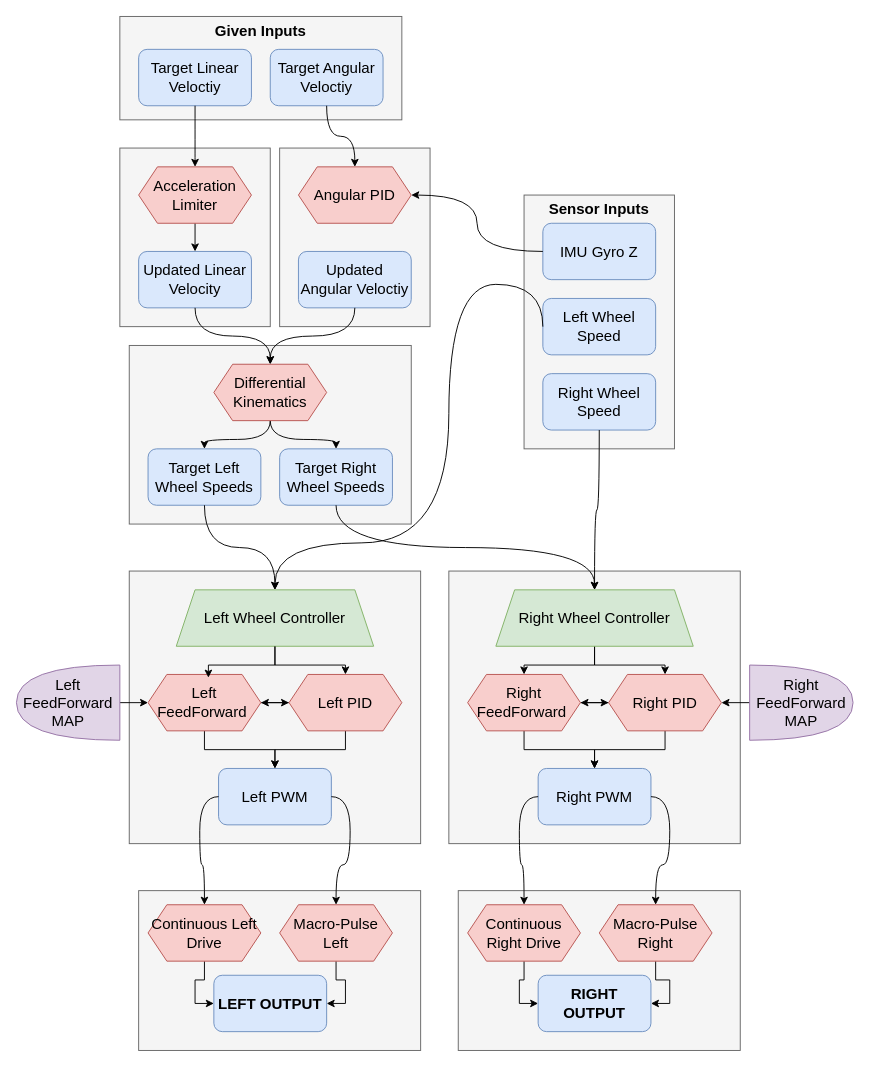
Above: MotorControl.drawio in Gab1575/MREN203_Group9 (draw.io), before the change. Source tidied: cells renumbered, new cells numbered last; positions are measured from the earlier drawing's top-left corner, leaving out a move shared by most shapes. Both pictures are drawn from the tidied source at 94%, with x=0, y=0 at pixel (16, 16).
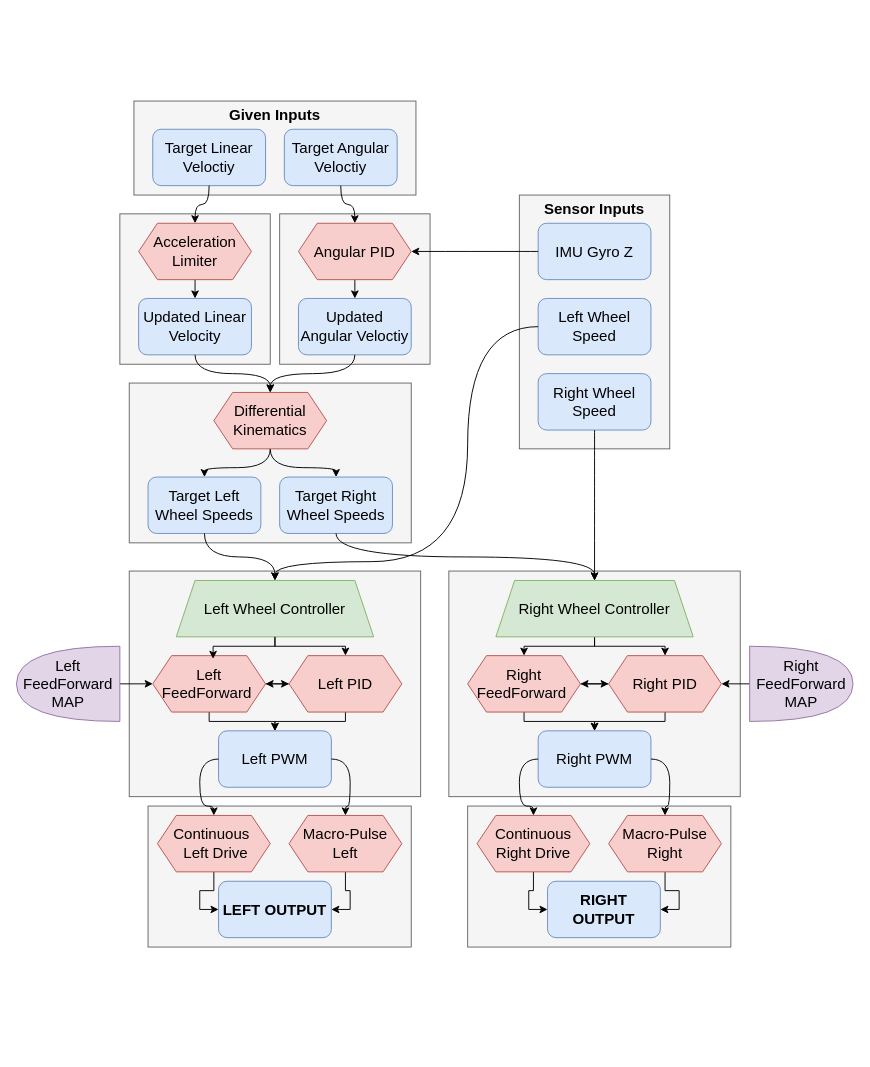
The same page after the edit.

What changed in the source:
```diff
@@
     <mxCell id="2" style="rounded=0;whiteSpace=wrap;html=1;fillColor=#f5f5f5;fontColor=#333333;strokeColor=#666666;fontSize=16;" parent="1" vertex="1">
-      <mxGeometry x="540" y="190" width="160" height="270" as="geometry" />
+      <mxGeometry x="535" y="190" width="160" height="270" as="geometry" />
     </mxCell>
     <mxCell id="3" value="&lt;b&gt;Sensor Inputs&lt;/b&gt;" style="text;html=1;whiteSpace=wrap;strokeColor=none;fillColor=none;align=center;verticalAlign=middle;rounded=0;fontSize=16;" parent="1" vertex="1">
-      <mxGeometry x="555" y="190" width="130" height="30" as="geometry" />
+      <mxGeometry x="550" y="190" width="130" height="30" as="geometry" />
     </mxCell>
     <mxCell id="4" value="Left Wheel Speed" style="rounded=1;whiteSpace=wrap;html=1;fillColor=#dae8fc;strokeColor=#6c8ebf;fontSize=16;" parent="1" vertex="1">
-      <mxGeometry x="560" y="300" width="120" height="60" as="geometry" />
+      <mxGeometry x="555" y="300" width="120" height="60" as="geometry" />
     </mxCell>
     <mxCell id="5" value="Right Wheel Speed" style="rounded=1;whiteSpace=wrap;html=1;fillColor=#dae8fc;strokeColor=#6c8ebf;fontSize=16;" parent="1" vertex="1">
-      <mxGeometry x="560" y="380" width="120" height="60" as="geometry" />
+      <mxGeometry x="555" y="380" width="120" height="60" as="geometry" />
     </mxCell>
     <mxCell id="6" value="IMU Gyro Z" style="rounded=1;whiteSpace=wrap;html=1;fillColor=#dae8fc;strokeColor=#6c8ebf;fontSize=16;" parent="1" vertex="1">
-      <mxGeometry x="560" y="220" width="120" height="60" as="geometry" />
+      <mxGeometry x="555" y="220" width="120" height="60" as="geometry" />
     </mxCell>
     <mxCell id="7" style="rounded=0;whiteSpace=wrap;html=1;fillColor=#f5f5f5;fontColor=#333333;strokeColor=#666666;fontSize=16;" parent="1" vertex="1">
-      <mxGeometry x="110" width="300" height="110" as="geometry" />
+      <mxGeometry x="125" y="90" width="300" height="100" as="geometry" />
     </mxCell>
     <mxCell id="8" value="&lt;b&gt;Given Inputs&lt;/b&gt;" style="text;html=1;whiteSpace=wrap;strokeColor=none;fillColor=none;align=center;verticalAlign=middle;rounded=0;fontSize=16;" parent="1" vertex="1">
-      <mxGeometry x="210" width="100" height="30" as="geometry" />
+      <mxGeometry x="225" y="90" width="100" height="30" as="geometry" />
     </mxCell>
     <mxCell id="9" value="Target Linear Veloctiy" style="rounded=1;whiteSpace=wrap;html=1;fillColor=#dae8fc;strokeColor=#6c8ebf;fontSize=16;" parent="1" vertex="1">
-      <mxGeometry x="130" y="35" width="120" height="60" as="geometry" />
+      <mxGeometry x="145" y="120" width="120" height="60" as="geometry" />
     </mxCell>
     <mxCell id="10" value="Target Angular Veloctiy" style="rounded=1;whiteSpace=wrap;html=1;fillColor=#dae8fc;strokeColor=#6c8ebf;fontSize=16;" parent="1" vertex="1">
-      <mxGeometry x="270" y="35" width="120" height="60" as="geometry" />
+      <mxGeometry x="285" y="120" width="120" height="60" as="geometry" />
     </mxCell>
@@
     <mxCell id="12" style="rounded=0;whiteSpace=wrap;html=1;fillColor=#f5f5f5;fontColor=#333333;strokeColor=#666666;fontSize=16;" parent="1" vertex="1">
-      <mxGeometry x="110" y="140" width="160" height="190" as="geometry" />
+      <mxGeometry x="110" y="210" width="160" height="160" as="geometry" />
     </mxCell>
     <mxCell id="13" value="Updated Linear Velocity" style="rounded=1;whiteSpace=wrap;html=1;fillColor=#dae8fc;strokeColor=#6c8ebf;fontSize=16;" parent="1" vertex="1">
-      <mxGeometry x="130" y="250" width="120" height="60" as="geometry" />
+      <mxGeometry x="130" y="300" width="120" height="60" as="geometry" />
     </mxCell>
@@
     <mxCell id="16" value="Acceleration Limiter" style="shape=hexagon;perimeter=hexagonPerimeter2;whiteSpace=wrap;html=1;fixedSize=1;fillColor=#f8cecc;strokeColor=#b85450;fontSize=16;" parent="1" vertex="1">
-      <mxGeometry x="130" y="160" width="120" height="60" as="geometry" />
+      <mxGeometry x="130" y="220" width="120" height="60" as="geometry" />
     </mxCell>
     <mxCell id="17" style="rounded=0;whiteSpace=wrap;html=1;fillColor=#f5f5f5;fontColor=#333333;strokeColor=#666666;fontSize=16;" parent="1" vertex="1">
-      <mxGeometry x="280" y="140" width="160" height="190" as="geometry" />
+      <mxGeometry x="280" y="210" width="160" height="160" as="geometry" />
     </mxCell>
     <mxCell id="18" value="Updated Angular Veloctiy" style="rounded=1;whiteSpace=wrap;html=1;fillColor=#dae8fc;strokeColor=#6c8ebf;fontSize=16;" parent="1" vertex="1">
-      <mxGeometry x="300" y="250" width="120" height="60" as="geometry" />
+      <mxGeometry x="300" y="300" width="120" height="60" as="geometry" />
     </mxCell>
@@
+    <mxCell id="78" style="edgeStyle=orthogonalEdgeStyle;rounded=0;jettySize=auto;html=1;exitX=0.5;exitY=1;exitDx=0;exitDy=0;entryX=0.5;entryY=0;entryDx=0;entryDy=0;" parent="1" edge="1" source="20" target="18">
+      <mxGeometry relative="1" as="geometry" />
+    </mxCell>
     <mxCell id="20" value="Angular PID" style="shape=hexagon;perimeter=hexagonPerimeter2;whiteSpace=wrap;html=1;fixedSize=1;fillColor=#f8cecc;strokeColor=#b85450;fontSize=16;" parent="1" vertex="1">
-      <mxGeometry x="300" y="160" width="120" height="60" as="geometry" />
+      <mxGeometry x="300" y="220" width="120" height="60" as="geometry" />
     </mxCell>
     <mxCell id="21" style="rounded=0;whiteSpace=wrap;html=1;fillColor=#f5f5f5;fontColor=#333333;strokeColor=#666666;fontSize=16;" parent="1" vertex="1">
-      <mxGeometry x="120" y="350" width="300" height="190" as="geometry" />
+      <mxGeometry x="120" y="390" width="300" height="170" as="geometry" />
     </mxCell>
     <mxCell id="22" value="Target Left Wheel Speeds" style="rounded=1;whiteSpace=wrap;html=1;fillColor=#dae8fc;strokeColor=#6c8ebf;fontSize=16;" parent="1" vertex="1">
-      <mxGeometry x="140" y="460" width="120" height="60" as="geometry" />
+      <mxGeometry x="140" y="490" width="120" height="60" as="geometry" />
     </mxCell>
@@
     <mxCell id="26" value="Differential Kinematics" style="shape=hexagon;perimeter=hexagonPerimeter2;whiteSpace=wrap;html=1;fixedSize=1;fillColor=#f8cecc;strokeColor=#b85450;fontSize=16;" parent="1" vertex="1">
-      <mxGeometry x="210" y="370" width="120" height="60" as="geometry" />
+      <mxGeometry x="210" y="400" width="120" height="60" as="geometry" />
     </mxCell>
     <mxCell id="27" value="Target Right Wheel Speeds" style="rounded=1;whiteSpace=wrap;html=1;fillColor=#dae8fc;strokeColor=#6c8ebf;fontSize=16;" parent="1" vertex="1">
-      <mxGeometry x="280" y="460" width="120" height="60" as="geometry" />
+      <mxGeometry x="280" y="490" width="120" height="60" as="geometry" />
     </mxCell>
     <mxCell id="28" style="rounded=0;whiteSpace=wrap;html=1;fillColor=#f5f5f5;fontColor=#333333;strokeColor=#666666;fontSize=16;" parent="1" vertex="1">
-      <mxGeometry x="120" y="590" width="310" height="290" as="geometry" />
+      <mxGeometry x="120" y="590" width="310" height="240" as="geometry" />
     </mxCell>
     <mxCell id="29" value="Left PWM" style="rounded=1;whiteSpace=wrap;html=1;fillColor=#dae8fc;strokeColor=#6c8ebf;fontSize=16;" parent="1" vertex="1">
-      <mxGeometry x="215" y="800" width="120" height="60" as="geometry" />
+      <mxGeometry x="215" y="760" width="120" height="60" as="geometry" />
     </mxCell>
     <mxCell id="30" style="edgeStyle=orthogonalEdgeStyle;rounded=0;jettySize=auto;html=1;exitX=0.5;exitY=1;exitDx=0;exitDy=0;fontSize=16;" parent="1" edge="1" source="31" target="34">
-      <mxGeometry relative="1" as="geometry" />
+      <mxGeometry relative="1" as="geometry">
+        <Array as="points">
+          <mxPoint x="275" y="670" />
+          <mxPoint x="350" y="670" />
+        </Array>
+      </mxGeometry>
     </mxCell>
     <mxCell id="31" value="Left Wheel Controller" style="shape=trapezoid;perimeter=trapezoidPerimeter;whiteSpace=wrap;html=1;fixedSize=1;fillColor=#d5e8d4;strokeColor=#82b366;fontSize=16;" parent="1" vertex="1">
-      <mxGeometry x="170" y="610" width="210" height="60" as="geometry" />
+      <mxGeometry x="170" y="600" width="210" height="60" as="geometry" />
     </mxCell>
@@
     <mxCell id="33" style="edgeStyle=orthogonalEdgeStyle;rounded=0;jettySize=auto;html=1;entryX=0.5;entryY=0;entryDx=0;entryDy=0;fontSize=16;" parent="1" edge="1" source="34" target="29">
-      <mxGeometry relative="1" as="geometry" />
+      <mxGeometry relative="1" as="geometry">
+        <Array as="points">
+          <mxPoint x="350" y="750" />
+          <mxPoint x="275" y="750" />
+        </Array>
+      </mxGeometry>
     </mxCell>
     <mxCell id="34" value="Left PID" style="shape=hexagon;perimeter=hexagonPerimeter2;whiteSpace=wrap;html=1;fixedSize=1;fillColor=#f8cecc;strokeColor=#b85450;fontSize=16;" parent="1" vertex="1">
-      <mxGeometry x="290" y="700" width="120" height="60" as="geometry" />
+      <mxGeometry x="290" y="680" width="120" height="60" as="geometry" />
     </mxCell>
@@
     <mxCell id="36" style="edgeStyle=orthogonalEdgeStyle;rounded=0;jettySize=auto;html=1;exitX=0.5;exitY=1;exitDx=0;exitDy=0;fontSize=16;" parent="1" edge="1" source="37" target="29">
-      <mxGeometry relative="1" as="geometry" />
+      <mxGeometry relative="1" as="geometry">
+        <Array as="points">
+          <mxPoint x="205" y="750" />
+          <mxPoint x="275" y="750" />
+        </Array>
+      </mxGeometry>
     </mxCell>
     <mxCell id="37" value="Left FeedForward&amp;nbsp;" style="shape=hexagon;perimeter=hexagonPerimeter2;whiteSpace=wrap;html=1;fixedSize=1;fillColor=#f8cecc;strokeColor=#b85450;fontSize=16;" parent="1" vertex="1">
-      <mxGeometry x="140" y="700" width="120" height="60" as="geometry" />
+      <mxGeometry x="145" y="680" width="120" height="60" as="geometry" />
     </mxCell>
     <mxCell id="38" style="rounded=0;whiteSpace=wrap;html=1;fillColor=#f5f5f5;fontColor=#333333;strokeColor=#666666;fontSize=16;" parent="1" vertex="1">
-      <mxGeometry x="460" y="590" width="310" height="290" as="geometry" />
+      <mxGeometry x="460" y="590" width="310" height="240" as="geometry" />
     </mxCell>
     <mxCell id="39" value="Right PWM" style="rounded=1;whiteSpace=wrap;html=1;fillColor=#dae8fc;strokeColor=#6c8ebf;fontSize=16;" parent="1" vertex="1">
-      <mxGeometry x="555" y="800" width="120" height="60" as="geometry" />
+      <mxGeometry x="555" y="760" width="120" height="60" as="geometry" />
     </mxCell>
     <mxCell id="40" style="edgeStyle=orthogonalEdgeStyle;rounded=0;jettySize=auto;html=1;exitX=0.5;exitY=1;exitDx=0;exitDy=0;entryX=0.5;entryY=0;entryDx=0;entryDy=0;fontSize=16;" parent="1" edge="1" source="42" target="48">
-      <mxGeometry relative="1" as="geometry" />
+      <mxGeometry relative="1" as="geometry">
+        <Array as="points">
+          <mxPoint x="615" y="670" />
+          <mxPoint x="540" y="670" />
+        </Array>
+      </mxGeometry>
     </mxCell>
     <mxCell id="41" style="edgeStyle=orthogonalEdgeStyle;rounded=0;jettySize=auto;html=1;exitX=0.5;exitY=1;exitDx=0;exitDy=0;entryX=0.5;entryY=0;entryDx=0;entryDy=0;fontSize=16;" parent="1" edge="1" source="42" target="45">
-      <mxGeometry relative="1" as="geometry" />
+      <mxGeometry relative="1" as="geometry">
+        <Array as="points">
+          <mxPoint x="615" y="670" />
+          <mxPoint x="690" y="670" />
+        </Array>
+      </mxGeometry>
     </mxCell>
     <mxCell id="42" value="Right Wheel Controller" style="shape=trapezoid;perimeter=trapezoidPerimeter;whiteSpace=wrap;html=1;fixedSize=1;fillColor=#d5e8d4;strokeColor=#82b366;fontSize=16;" parent="1" vertex="1">
-      <mxGeometry x="510" y="610" width="210" height="60" as="geometry" />
+      <mxGeometry x="510" y="600" width="210" height="60" as="geometry" />
     </mxCell>
+    <mxCell id="44" style="edgeStyle=orthogonalEdgeStyle;rounded=0;jettySize=auto;html=1;exitX=0;exitY=0.5;exitDx=0;exitDy=0;entryX=1;entryY=0.5;entryDx=0;entryDy=0;fontSize=16;" parent="1" edge="1" source="45" target="48">
+      <mxGeometry relative="1" as="geometry" />
+    </mxCell>
-    <mxCell id="43" style="edgeStyle=orthogonalEdgeStyle;rounded=0;jettySize=auto;html=1;exitX=0.5;exitY=1;exitDx=0;exitDy=0;entryX=0.5;entryY=0;entryDx=0;entryDy=0;fontSize=16;" parent="1" edge="1" source="45" target="39">
-      <mxGeometry relative="1" as="geometry" />
+    <mxCell id="43" style="edgeStyle=orthogonalEdgeStyle;rounded=0;jettySize=auto;html=1;exitX=0.5;exitY=1;exitDx=0;exitDy=0;entryX=0.5;entryY=0;entryDx=0;entryDy=0;" parent="1" edge="1" source="45" target="39">
+      <mxGeometry relative="1" as="geometry">
+        <Array as="points">
+          <mxPoint x="690" y="750" />
+          <mxPoint x="615" y="750" />
+        </Array>
+      </mxGeometry>
     </mxCell>
-    <mxCell id="44" style="edgeStyle=orthogonalEdgeStyle;rounded=0;jettySize=auto;html=1;exitX=0;exitY=0.5;exitDx=0;exitDy=0;entryX=1;entryY=0.5;entryDx=0;entryDy=0;fontSize=16;" parent="1" edge="1" source="45" target="48">
-      <mxGeometry relative="1" as="geometry" />
-    </mxCell>
     <mxCell id="45" value="Right PID" style="shape=hexagon;perimeter=hexagonPerimeter2;whiteSpace=wrap;html=1;fixedSize=1;fillColor=#f8cecc;strokeColor=#b85450;fontSize=16;" parent="1" vertex="1">
-      <mxGeometry x="630" y="700" width="120" height="60" as="geometry" />
+      <mxGeometry x="630" y="680" width="120" height="60" as="geometry" />
     </mxCell>
     <mxCell id="46" style="edgeStyle=orthogonalEdgeStyle;rounded=0;jettySize=auto;html=1;exitX=0.5;exitY=1;exitDx=0;exitDy=0;entryX=0.5;entryY=0;entryDx=0;entryDy=0;fontSize=16;" parent="1" edge="1" source="48" target="39">
-      <mxGeometry relative="1" as="geometry" />
+      <mxGeometry relative="1" as="geometry">
+        <Array as="points">
+          <mxPoint x="540" y="750" />
+          <mxPoint x="615" y="750" />
+        </Array>
+      </mxGeometry>
     </mxCell>
-    <mxCell id="47" style="edgeStyle=orthogonalEdgeStyle;rounded=0;jettySize=auto;html=1;exitX=1;exitY=0.5;exitDx=0;exitDy=0;fontSize=16;" parent="1" edge="1" source="48">
-      <mxGeometry relative="1" as="geometry">
-        <mxPoint x="630" y="730.3" as="targetPoint" />
-      </mxGeometry>
-    </mxCell>
+    <mxCell id="79" style="edgeStyle=orthogonalEdgeStyle;rounded=0;jettySize=auto;html=1;exitX=1;exitY=0.5;exitDx=0;exitDy=0;entryX=0;entryY=0.5;entryDx=0;entryDy=0;" parent="1" edge="1" source="48" target="45">
+      <mxGeometry relative="1" as="geometry" />
+    </mxCell>
     <mxCell id="48" value="Right FeedForward&amp;nbsp;" style="shape=hexagon;perimeter=hexagonPerimeter2;whiteSpace=wrap;html=1;fixedSize=1;fillColor=#f8cecc;strokeColor=#b85450;fontSize=16;" parent="1" vertex="1">
-      <mxGeometry x="480" y="700" width="120" height="60" as="geometry" />
+      <mxGeometry x="480" y="680" width="120" height="60" as="geometry" />
     </mxCell>
     <mxCell id="49" style="rounded=0;whiteSpace=wrap;html=1;fillColor=#f5f5f5;fontColor=#333333;strokeColor=#666666;fontSize=16;" parent="1" vertex="1">
-      <mxGeometry x="130" y="930" width="300" height="170" as="geometry" />
+      <mxGeometry x="140" y="840" width="280" height="150" as="geometry" />
     </mxCell>
@@
-    <mxCell id="51" value="Continuous Left Drive" style="shape=hexagon;perimeter=hexagonPerimeter2;whiteSpace=wrap;html=1;fixedSize=1;fillColor=#f8cecc;strokeColor=#b85450;fontSize=16;" parent="1" vertex="1">
-      <mxGeometry x="140" y="945" width="120" height="60" as="geometry" />
+    <mxCell id="51" value="Continuous&amp;nbsp; &amp;nbsp;Left Drive" style="shape=hexagon;perimeter=hexagonPerimeter2;whiteSpace=wrap;html=1;fixedSize=1;fillColor=#f8cecc;strokeColor=#b85450;fontSize=16;" parent="1" vertex="1">
+      <mxGeometry x="150" y="850" width="120" height="60" as="geometry" />
     </mxCell>
@@
     <mxCell id="53" value="Macro-Pulse Left" style="shape=hexagon;perimeter=hexagonPerimeter2;whiteSpace=wrap;html=1;fixedSize=1;fillColor=#f8cecc;strokeColor=#b85450;fontSize=16;" parent="1" vertex="1">
-      <mxGeometry x="280" y="945" width="120" height="60" as="geometry" />
+      <mxGeometry x="290" y="850" width="120" height="60" as="geometry" />
     </mxCell>
     <mxCell id="54" value="&lt;b&gt;LEFT OUTPUT&lt;/b&gt;" style="rounded=1;whiteSpace=wrap;html=1;fillColor=#dae8fc;strokeColor=#6c8ebf;fontSize=16;" parent="1" vertex="1">
-      <mxGeometry x="210" y="1020" width="120" height="60" as="geometry" />
+      <mxGeometry x="215" y="920" width="120" height="60" as="geometry" />
     </mxCell>
     <mxCell id="55" style="rounded=0;whiteSpace=wrap;html=1;fillColor=#f5f5f5;fontColor=#333333;strokeColor=#666666;fontSize=16;" parent="1" vertex="1">
-      <mxGeometry x="470" y="930" width="300" height="170" as="geometry" />
+      <mxGeometry x="480" y="840" width="280" height="150" as="geometry" />
     </mxCell>
@@
     <mxCell id="57" value="Continuous Right Drive" style="shape=hexagon;perimeter=hexagonPerimeter2;whiteSpace=wrap;html=1;fixedSize=1;fillColor=#f8cecc;strokeColor=#b85450;fontSize=16;" parent="1" vertex="1">
-      <mxGeometry x="480" y="945" width="120" height="60" as="geometry" />
+      <mxGeometry x="490" y="850" width="120" height="60" as="geometry" />
     </mxCell>
@@
     <mxCell id="59" value="Macro-Pulse Right" style="shape=hexagon;perimeter=hexagonPerimeter2;whiteSpace=wrap;html=1;fixedSize=1;fillColor=#f8cecc;strokeColor=#b85450;fontSize=16;" parent="1" vertex="1">
-      <mxGeometry x="620" y="945" width="120" height="60" as="geometry" />
+      <mxGeometry x="630" y="850" width="120" height="60" as="geometry" />
     </mxCell>
     <mxCell id="60" value="&lt;b&gt;RIGHT OUTPUT&lt;/b&gt;" style="rounded=1;whiteSpace=wrap;html=1;fillColor=#dae8fc;strokeColor=#6c8ebf;fontSize=16;" parent="1" vertex="1">
-      <mxGeometry x="555" y="1020" width="120" height="60" as="geometry" />
+      <mxGeometry x="565" y="920" width="120" height="60" as="geometry" />
     </mxCell>
@@
     <mxCell id="63" style="edgeStyle=orthogonalEdgeStyle;rounded=0;jettySize=auto;html=1;exitX=0;exitY=0.5;exitDx=0;exitDy=0;curved=1;entryX=0.5;entryY=0;entryDx=0;entryDy=0;fontSize=16;" parent="1" edge="1" source="4" target="31">
       <mxGeometry relative="1" as="geometry">
         <Array as="points">
-          <mxPoint x="460" y="285" />
-          <mxPoint x="460" y="560" />
-          <mxPoint x="275" y="560" />
+          <mxPoint x="480" y="330" />
+          <mxPoint x="480" y="580" />
+          <mxPoint x="275" y="580" />
         </Array>
       </mxGeometry>
     </mxCell>
@@
     <mxCell id="67" style="edgeStyle=orthogonalEdgeStyle;rounded=0;jettySize=auto;html=1;exitX=0.5;exitY=1;exitDx=0;exitDy=0;entryX=0.535;entryY=0.057;entryDx=0;entryDy=0;entryPerimeter=0;fontSize=16;" parent="1" edge="1" source="31" target="37">
-      <mxGeometry relative="1" as="geometry" />
+      <mxGeometry relative="1" as="geometry">
+        <Array as="points">
+          <mxPoint x="275" y="670" />
+          <mxPoint x="209" y="670" />
+        </Array>
+      </mxGeometry>
     </mxCell>
@@
     <mxCell id="73" style="shape=or;whiteSpace=wrap;html=1;rotation=-180;fillColor=#e1d5e7;strokeColor=#9673a6;" parent="1" vertex="1">
-      <mxGeometry y="690" width="110" height="80" as="geometry" />
+      <mxGeometry y="670" width="110" height="80" as="geometry" />
     </mxCell>
     <mxCell id="74" value="Left FeedForward MAP" style="text;html=1;whiteSpace=wrap;strokeColor=none;fillColor=none;align=center;verticalAlign=middle;rounded=0;fontSize=16;" parent="1" vertex="1">
-      <mxGeometry x="25" y="715" width="60" height="30" as="geometry" />
+      <mxGeometry x="25" y="695" width="60" height="30" as="geometry" />
     </mxCell>
@@
     <mxCell id="76" style="shape=or;whiteSpace=wrap;html=1;rotation=0;fillColor=#e1d5e7;strokeColor=#9673a6;" parent="1" vertex="1">
-      <mxGeometry x="780" y="690" width="110" height="80" as="geometry" />
+      <mxGeometry x="780" y="670" width="110" height="80" as="geometry" />
     </mxCell>
     <mxCell id="77" value="Right FeedForward MAP" style="text;html=1;whiteSpace=wrap;strokeColor=none;fillColor=none;align=center;verticalAlign=middle;rounded=0;fontSize=16;" parent="1" vertex="1">
-      <mxGeometry x="805" y="715" width="60" height="30" as="geometry" />
+      <mxGeometry x="805" y="695" width="60" height="30" as="geometry" />
     </mxCell>
```
